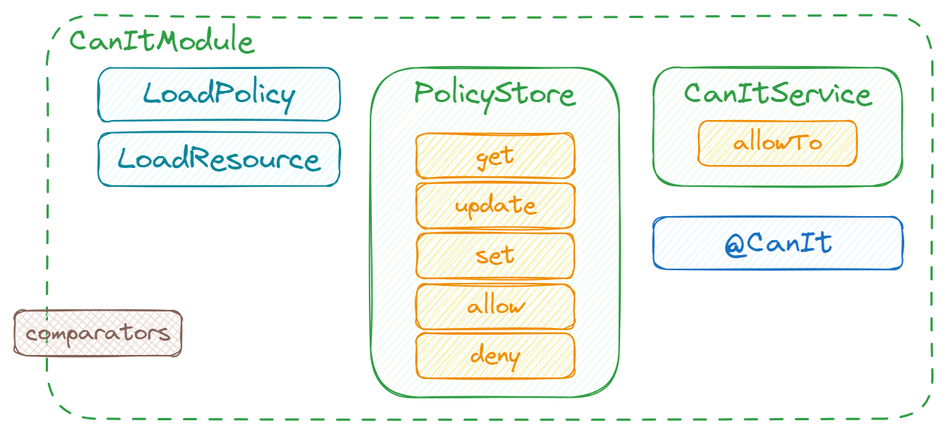
Before: assets/nest.png, a diagram exported from Excalidraw (can-it/can-it.github.io). Source tidied: one line per element, renumbered; positions are measured from the earlier drawing's top-left corner, leaving out a move shared by most shapes. Its diagram source:
```json
{"id": 0, "type": "rectangle", "strokeColor": "#2f9e44", "backgroundColor": "white", "fillStyle": "solid", "strokeWidth": 1, "strokeStyle": "dashed", "roughness": 1, "round": true, "x": 21, "y": 0, "width": 590, "height": 269}
{"id": 1, "type": "text", "text": " CanItModule", "strokeColor": "#2f9e44", "backgroundColor": "white", "fillStyle": "solid", "strokeWidth": 1, "strokeStyle": "dashed", "roughness": 1, "fontSize": 20, "fontFamily": 1, "inside": 0, "x": 26, "y": 5, "width": 133, "height": 25}
{"id": 2, "type": "rectangle", "strokeColor": "#2f9e44", "backgroundColor": "#ebfbee", "fillStyle": "hachure", "strokeWidth": 1, "roughness": 1, "round": true, "x": 237, "y": 35, "width": 166, "height": 220}
{"id": 3, "type": "text", "text": "PolicyStore", "strokeColor": "#2f9e44", "backgroundColor": "#ebfbee", "fillStyle": "hachure", "strokeWidth": 1, "roughness": 1, "fontSize": 20, "fontFamily": 1, "textAlign": "center", "inside": 2, "x": 266, "y": 40, "width": 107, "height": 25}
{"id": 4, "type": "rectangle", "strokeColor": "#f08c00", "backgroundColor": "#ffec99", "fillStyle": "hachure", "strokeWidth": 1, "roughness": 1, "round": true, "x": 268, "y": 79, "width": 105, "height": 30}
{"id": 5, "type": "text", "text": "get", "strokeColor": "#f08c00", "backgroundColor": "#ffec99", "fillStyle": "hachure", "strokeWidth": 1, "roughness": 1, "fontSize": 16, "fontFamily": 1, "textAlign": "center", "verticalAlign": "middle", "inside": 4, "x": 307, "y": 84, "width": 26, "height": 20}
{"id": 6, "type": "rectangle", "strokeColor": "#f08c00", "backgroundColor": "#ffec99", "fillStyle": "hachure", "strokeWidth": 1, "roughness": 1, "round": true, "x": 268, "y": 112, "width": 105, "height": 30}
{"id": 7, "type": "text", "text": "update", "strokeColor": "#f08c00", "backgroundColor": "#ffec99", "fillStyle": "hachure", "strokeWidth": 1, "roughness": 1, "fontSize": 16, "fontFamily": 1, "textAlign": "center", "verticalAlign": "middle", "inside": 6, "x": 293, "y": 117, "width": 55, "height": 20}
{"id": 8, "type": "rectangle", "strokeColor": "#f08c00", "backgroundColor": "#ffec99", "fillStyle": "hachure", "strokeWidth": 1, "roughness": 1, "round": true, "x": 268, "y": 145, "width": 105, "height": 30}
{"id": 9, "type": "text", "text": "set", "strokeColor": "#f08c00", "backgroundColor": "#ffec99", "fillStyle": "hachure", "strokeWidth": 1, "roughness": 1, "fontSize": 16, "fontFamily": 1, "textAlign": "center", "verticalAlign": "middle", "inside": 8, "x": 307, "y": 150, "width": 26, "height": 20}
{"id": 10, "type": "rectangle", "strokeColor": "#f08c00", "backgroundColor": "#ffec99", "fillStyle": "hachure", "strokeWidth": 1, "roughness": 1, "round": true, "x": 268, "y": 179, "width": 105, "height": 30}
{"id": 11, "type": "text", "text": "allow", "strokeColor": "#f08c00", "backgroundColor": "#ffec99", "fillStyle": "hachure", "strokeWidth": 1, "roughness": 1, "fontSize": 16, "fontFamily": 1, "textAlign": "center", "verticalAlign": "middle", "inside": 10, "x": 302, "y": 184, "width": 38, "height": 20}
{"id": 12, "type": "rectangle", "strokeColor": "#f08c00", "backgroundColor": "#ffec99", "fillStyle": "hachure", "strokeWidth": 1, "roughness": 1, "round": true, "x": 268, "y": 212, "width": 105, "height": 30}
{"id": 13, "type": "text", "text": "deny", "strokeColor": "#f08c00", "backgroundColor": "#ffec99", "fillStyle": "hachure", "strokeWidth": 1, "roughness": 1, "fontSize": 16, "fontFamily": 1, "textAlign": "center", "verticalAlign": "middle", "inside": 12, "x": 304, "y": 217, "width": 33, "height": 20}
{"id": 14, "type": "rectangle", "strokeColor": "#2f9e44", "backgroundColor": "#ebfbee", "fillStyle": "hachure", "strokeWidth": 1, "roughness": 1, "round": true, "x": 426, "y": 35, "width": 166, "height": 79}
{"id": 15, "type": "text", "text": "CanItService", "strokeColor": "#2f9e44", "backgroundColor": "#ebfbee", "fillStyle": "hachure", "strokeWidth": 1, "roughness": 1, "fontSize": 20, "fontFamily": 1, "textAlign": "center", "inside": 14, "x": 446, "y": 40, "width": 125, "height": 25}
{"id": 16, "type": "rectangle", "strokeColor": "#f08c00", "backgroundColor": "#ffec99", "fillStyle": "hachure", "strokeWidth": 1, "roughness": 1, "round": true, "x": 456, "y": 71, "width": 105, "height": 30}
{"id": 17, "type": "text", "text": "allowTo", "strokeColor": "#f08c00", "backgroundColor": "#ffec99", "fillStyle": "hachure", "strokeWidth": 1, "roughness": 1, "fontSize": 16, "fontFamily": 1, "textAlign": "center", "verticalAlign": "middle", "inside": 16, "x": 479, "y": 76, "width": 59, "height": 20}
{"id": 18, "type": "rectangle", "strokeColor": "#1971c2", "backgroundColor": "#e7f5ff", "fillStyle": "hachure", "strokeWidth": 1, "roughness": 1, "round": true, "x": 426, "y": 134, "width": 166, "height": 35}
{"id": 19, "type": "text", "text": "@CanIt", "strokeColor": "#1971c2", "backgroundColor": "#ebfbee", "fillStyle": "hachure", "strokeWidth": 1, "roughness": 1, "fontSize": 20, "fontFamily": 1, "textAlign": "center", "inside": 18, "x": 472, "y": 139, "width": 74, "height": 25}
{"id": 20, "type": "rectangle", "strokeColor": "#846358", "backgroundColor": "#eaddd7", "fillStyle": "cross-hatch", "strokeWidth": 1, "roughness": 1, "round": true, "x": 0, "y": 197, "width": 111, "height": 30}
{"id": 21, "type": "text", "text": "comparators", "strokeColor": "#846358", "backgroundColor": "#f8f1ee", "fillStyle": "hachure", "strokeWidth": 1, "roughness": 1, "fontSize": 16, "fontFamily": 1, "textAlign": "center", "verticalAlign": "middle", "inside": 20, "x": 7, "y": 202, "width": 97, "height": 20}
{"id": 22, "type": "rectangle", "strokeColor": "#0c8599", "backgroundColor": "#e3fafc", "fillStyle": "hachure", "strokeWidth": 1, "roughness": 1, "round": true, "x": 55, "y": 35, "width": 161, "height": 35}
{"id": 23, "type": "text", "text": "LoadPolicy", "strokeColor": "#0c8599", "backgroundColor": "#ebfbee", "fillStyle": "hachure", "strokeWidth": 1, "roughness": 1, "fontSize": 20, "fontFamily": 1, "textAlign": "center", "inside": 22, "x": 85, "y": 40, "width": 101, "height": 25}
{"id": 24, "type": "rectangle", "strokeColor": "#0c8599", "backgroundColor": "#e3fafc", "fillStyle": "hachure", "strokeWidth": 1, "roughness": 1, "round": true, "x": 55, "y": 78, "width": 161, "height": 35}
{"id": 25, "type": "text", "text": "LoadResource", "strokeColor": "#0c8599", "backgroundColor": "#ebfbee", "fillStyle": "hachure", "strokeWidth": 1, "roughness": 1, "fontSize": 20, "fontFamily": 1, "textAlign": "center", "inside": 24, "x": 68, "y": 83, "width": 135, "height": 25}
```
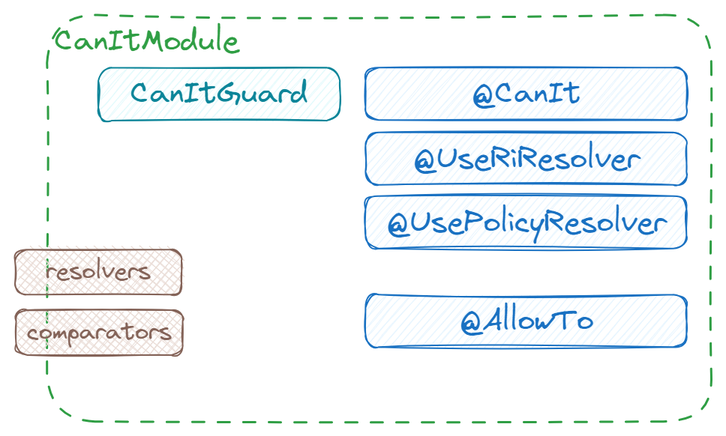
The same diagram one commit later.

Commit message:
feat(nest): replace new solution diagram

Diff of the diagram source:
```diff
@@ -1,26 +1,16 @@
-{"id": 0, "type": "rectangle", "strokeColor": "#2f9e44", "backgroundColor": "white", "fillStyle": "solid", "strokeWidth": 1, "strokeStyle": "dashed", "roughness": 1, "round": true, "x": 21, "y": 0, "width": 590, "height": 269}
+{"id": 0, "type": "rectangle", "strokeColor": "#2f9e44", "backgroundColor": "white", "fillStyle": "solid", "strokeWidth": 1, "strokeStyle": "dashed", "roughness": 1, "round": true, "x": 21, "y": -10, "width": 443, "height": 271}
-{"id": 1, "type": "text", "text": " CanItModule", "strokeColor": "#2f9e44", "backgroundColor": "white", "fillStyle": "solid", "strokeWidth": 1, "strokeStyle": "dashed", "roughness": 1, "fontSize": 20, "fontFamily": 1, "inside": 0, "x": 26, "y": 5, "width": 133, "height": 25}
+{"id": 1, "type": "text", "text": "CanItModule", "strokeColor": "#2f9e44", "backgroundColor": "white", "fillStyle": "solid", "strokeWidth": 1, "strokeStyle": "dashed", "roughness": 1, "fontSize": 20, "fontFamily": 1, "inside": 0, "x": 26, "y": -5, "width": 123, "height": 25}
-{"id": 2, "type": "rectangle", "strokeColor": "#2f9e44", "backgroundColor": "#ebfbee", "fillStyle": "hachure", "strokeWidth": 1, "roughness": 1, "round": true, "x": 237, "y": 35, "width": 166, "height": 220}
-{"id": 3, "type": "text", "text": "PolicyStore", "strokeColor": "#2f9e44", "backgroundColor": "#ebfbee", "fillStyle": "hachure", "strokeWidth": 1, "roughness": 1, "fontSize": 20, "fontFamily": 1, "textAlign": "center", "inside": 2, "x": 266, "y": 40, "width": 107, "height": 25}
-{"id": 4, "type": "rectangle", "strokeColor": "#f08c00", "backgroundColor": "#ffec99", "fillStyle": "hachure", "strokeWidth": 1, "roughness": 1, "round": true, "x": 268, "y": 79, "width": 105, "height": 30}
-{"id": 5, "type": "text", "text": "get", "strokeColor": "#f08c00", "backgroundColor": "#ffec99", "fillStyle": "hachure", "strokeWidth": 1, "roughness": 1, "fontSize": 16, "fontFamily": 1, "textAlign": "center", "verticalAlign": "middle", "inside": 4, "x": 307, "y": 84, "width": 26, "height": 20}
-{"id": 6, "type": "rectangle", "strokeColor": "#f08c00", "backgroundColor": "#ffec99", "fillStyle": "hachure", "strokeWidth": 1, "roughness": 1, "round": true, "x": 268, "y": 112, "width": 105, "height": 30}
-{"id": 7, "type": "text", "text": "update", "strokeColor": "#f08c00", "backgroundColor": "#ffec99", "fillStyle": "hachure", "strokeWidth": 1, "roughness": 1, "fontSize": 16, "fontFamily": 1, "textAlign": "center", "verticalAlign": "middle", "inside": 6, "x": 293, "y": 117, "width": 55, "height": 20}
-{"id": 8, "type": "rectangle", "strokeColor": "#f08c00", "backgroundColor": "#ffec99", "fillStyle": "hachure", "strokeWidth": 1, "roughness": 1, "round": true, "x": 268, "y": 145, "width": 105, "height": 30}
-{"id": 9, "type": "text", "text": "set", "strokeColor": "#f08c00", "backgroundColor": "#ffec99", "fillStyle": "hachure", "strokeWidth": 1, "roughness": 1, "fontSize": 16, "fontFamily": 1, "textAlign": "center", "verticalAlign": "middle", "inside": 8, "x": 307, "y": 150, "width": 26, "height": 20}
-{"id": 10, "type": "rectangle", "strokeColor": "#f08c00", "backgroundColor": "#ffec99", "fillStyle": "hachure", "strokeWidth": 1, "roughness": 1, "round": true, "x": 268, "y": 179, "width": 105, "height": 30}
-{"id": 11, "type": "text", "text": "allow", "strokeColor": "#f08c00", "backgroundColor": "#ffec99", "fillStyle": "hachure", "strokeWidth": 1, "roughness": 1, "fontSize": 16, "fontFamily": 1, "textAlign": "center", "verticalAlign": "middle", "inside": 10, "x": 302, "y": 184, "width": 38, "height": 20}
-{"id": 12, "type": "rectangle", "strokeColor": "#f08c00", "backgroundColor": "#ffec99", "fillStyle": "hachure", "strokeWidth": 1, "roughness": 1, "round": true, "x": 268, "y": 212, "width": 105, "height": 30}
-{"id": 13, "type": "text", "text": "deny", "strokeColor": "#f08c00", "backgroundColor": "#ffec99", "fillStyle": "hachure", "strokeWidth": 1, "roughness": 1, "fontSize": 16, "fontFamily": 1, "textAlign": "center", "verticalAlign": "middle", "inside": 12, "x": 304, "y": 217, "width": 33, "height": 20}
-{"id": 14, "type": "rectangle", "strokeColor": "#2f9e44", "backgroundColor": "#ebfbee", "fillStyle": "hachure", "strokeWidth": 1, "roughness": 1, "round": true, "x": 426, "y": 35, "width": 166, "height": 79}
-{"id": 15, "type": "text", "text": "CanItService", "strokeColor": "#2f9e44", "backgroundColor": "#ebfbee", "fillStyle": "hachure", "strokeWidth": 1, "roughness": 1, "fontSize": 20, "fontFamily": 1, "textAlign": "center", "inside": 14, "x": 446, "y": 40, "width": 125, "height": 25}
-{"id": 16, "type": "rectangle", "strokeColor": "#f08c00", "backgroundColor": "#ffec99", "fillStyle": "hachure", "strokeWidth": 1, "roughness": 1, "round": true, "x": 456, "y": 71, "width": 105, "height": 30}
-{"id": 17, "type": "text", "text": "allowTo", "strokeColor": "#f08c00", "backgroundColor": "#ffec99", "fillStyle": "hachure", "strokeWidth": 1, "roughness": 1, "fontSize": 16, "fontFamily": 1, "textAlign": "center", "verticalAlign": "middle", "inside": 16, "x": 479, "y": 76, "width": 59, "height": 20}
-{"id": 18, "type": "rectangle", "strokeColor": "#1971c2", "backgroundColor": "#e7f5ff", "fillStyle": "hachure", "strokeWidth": 1, "roughness": 1, "round": true, "x": 426, "y": 134, "width": 166, "height": 35}
+{"id": 18, "type": "rectangle", "strokeColor": "#1971c2", "backgroundColor": "#e7f5ff", "fillStyle": "hachure", "strokeWidth": 1, "roughness": 1, "round": true, "x": 234, "y": 25, "width": 214, "height": 35}
-{"id": 19, "type": "text", "text": "@CanIt", "strokeColor": "#1971c2", "backgroundColor": "#ebfbee", "fillStyle": "hachure", "strokeWidth": 1, "roughness": 1, "fontSize": 20, "fontFamily": 1, "textAlign": "center", "inside": 18, "x": 472, "y": 139, "width": 74, "height": 25}
+{"id": 19, "type": "text", "text": "@CanIt", "strokeColor": "#1971c2", "backgroundColor": "#ebfbee", "fillStyle": "hachure", "strokeWidth": 1, "roughness": 1, "fontSize": 20, "fontFamily": 1, "textAlign": "center", "inside": 18, "x": 304, "y": 30, "width": 74, "height": 25}
-{"id": 20, "type": "rectangle", "strokeColor": "#846358", "backgroundColor": "#eaddd7", "fillStyle": "cross-hatch", "strokeWidth": 1, "roughness": 1, "round": true, "x": 0, "y": 197, "width": 111, "height": 30}
+{"id": 20, "type": "rectangle", "strokeColor": "#846358", "backgroundColor": "#eaddd7", "fillStyle": "cross-hatch", "strokeWidth": 1, "roughness": 1, "round": true, "x": 1, "y": 187, "width": 111, "height": 30}
-{"id": 21, "type": "text", "text": "comparators", "strokeColor": "#846358", "backgroundColor": "#f8f1ee", "fillStyle": "hachure", "strokeWidth": 1, "roughness": 1, "fontSize": 16, "fontFamily": 1, "textAlign": "center", "verticalAlign": "middle", "inside": 20, "x": 7, "y": 202, "width": 97, "height": 20}
+{"id": 21, "type": "text", "text": "comparators", "strokeColor": "#846358", "backgroundColor": "#f8f1ee", "fillStyle": "hachure", "strokeWidth": 1, "roughness": 1, "fontSize": 16, "fontFamily": 1, "textAlign": "center", "verticalAlign": "middle", "inside": 20, "x": 8, "y": 192, "width": 97, "height": 20}
-{"id": 22, "type": "rectangle", "strokeColor": "#0c8599", "backgroundColor": "#e3fafc", "fillStyle": "hachure", "strokeWidth": 1, "roughness": 1, "round": true, "x": 55, "y": 35, "width": 161, "height": 35}
+{"id": 22, "type": "rectangle", "strokeColor": "#0c8599", "backgroundColor": "#e3fafc", "fillStyle": "hachure", "strokeWidth": 1, "roughness": 1, "round": true, "x": 55, "y": 25, "width": 161, "height": 35}
-{"id": 23, "type": "text", "text": "LoadPolicy", "strokeColor": "#0c8599", "backgroundColor": "#ebfbee", "fillStyle": "hachure", "strokeWidth": 1, "roughness": 1, "fontSize": 20, "fontFamily": 1, "textAlign": "center", "inside": 22, "x": 85, "y": 40, "width": 101, "height": 25}
+{"id": 23, "type": "text", "text": "CanItGuard", "strokeColor": "#0c8599", "backgroundColor": "#ebfbee", "fillStyle": "hachure", "strokeWidth": 1, "roughness": 1, "fontSize": 20, "fontFamily": 1, "textAlign": "center", "inside": 22, "x": 77, "y": 30, "width": 118, "height": 25}
-{"id": 24, "type": "rectangle", "strokeColor": "#0c8599", "backgroundColor": "#e3fafc", "fillStyle": "hachure", "strokeWidth": 1, "roughness": 1, "round": true, "x": 55, "y": 78, "width": 161, "height": 35}
-{"id": 25, "type": "text", "text": "LoadResource", "strokeColor": "#0c8599", "backgroundColor": "#ebfbee", "fillStyle": "hachure", "strokeWidth": 1, "roughness": 1, "fontSize": 20, "fontFamily": 1, "textAlign": "center", "inside": 24, "x": 68, "y": 83, "width": 135, "height": 25}
+{"id": 26, "type": "rectangle", "strokeColor": "#846358", "backgroundColor": "#eaddd7", "fillStyle": "cross-hatch", "strokeWidth": 1, "roughness": 1, "round": true, "x": 0, "y": 146, "width": 111, "height": 30}
+{"id": 27, "type": "text", "text": "resolvers", "strokeColor": "#846358", "backgroundColor": "#f8f1ee", "fillStyle": "hachure", "strokeWidth": 1, "roughness": 1, "fontSize": 16, "fontFamily": 1, "textAlign": "center", "verticalAlign": "middle", "inside": 26, "x": 20, "y": 151, "width": 70, "height": 20}
+{"id": 28, "type": "rectangle", "strokeColor": "#1971c2", "backgroundColor": "#e7f5ff", "fillStyle": "hachure", "strokeWidth": 1, "roughness": 1, "round": true, "x": 234, "y": 68, "width": 214, "height": 35}
+{"id": 29, "type": "text", "text": "@UseRiResolver", "strokeColor": "#1971c2", "backgroundColor": "#ebfbee", "fillStyle": "hachure", "strokeWidth": 1, "roughness": 1, "fontSize": 20, "fontFamily": 1, "textAlign": "center", "inside": 28, "x": 265, "y": 73, "width": 152, "height": 25}
+{"id": 30, "type": "rectangle", "strokeColor": "#1971c2", "backgroundColor": "#e7f5ff", "fillStyle": "hachure", "strokeWidth": 1, "roughness": 1, "round": true, "x": 234, "y": 110, "width": 214, "height": 35}
+{"id": 31, "type": "text", "text": "@UsePolicyResolver", "strokeColor": "#1971c2", "backgroundColor": "#ebfbee", "fillStyle": "hachure", "strokeWidth": 1, "roughness": 1, "fontSize": 20, "fontFamily": 1, "textAlign": "center", "inside": 30, "x": 247, "y": 115, "width": 187, "height": 25}
+{"id": 32, "type": "rectangle", "strokeColor": "#1971c2", "backgroundColor": "#e7f5ff", "fillStyle": "hachure", "strokeWidth": 1, "roughness": 1, "round": true, "x": 234, "y": 176, "width": 214, "height": 35}
+{"id": 33, "type": "text", "text": "@AllowTo", "strokeColor": "#1971c2", "backgroundColor": "#ebfbee", "fillStyle": "hachure", "strokeWidth": 1, "roughness": 1, "fontSize": 20, "fontFamily": 1, "textAlign": "center", "inside": 32, "x": 296, "y": 181, "width": 90, "height": 25}
```
